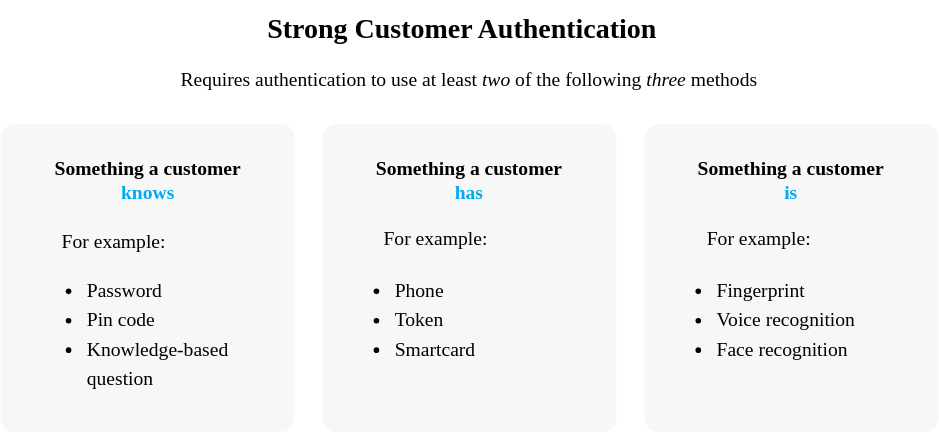
The draw.io diagram static/diagrams/svg/SCA.svg in wendyverdonk93/docs, before a commit. Source tidied: cells renumbered, new cells last; positions are measured from the earlier drawing's top-left corner, leaving out a move shared by most shapes.
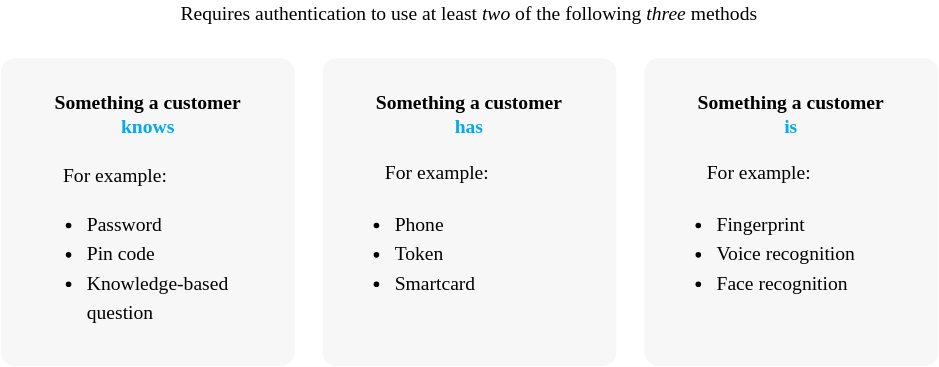
Later version of the same file.

The edit, as a diff of the source:
```diff
@@ -29,20 +29,17 @@
     <mxCell id="10" value="For example:" style="text;html=1;strokeColor=none;fillColor=none;align=left;verticalAlign=middle;whiteSpace=wrap;rounded=0;fontFamily=Nunito;fontSource=https%3A%2F%2Ffonts.googleapis.com%2Fcss%3Ffamily%3DNunito;fontSize=14;" parent="1" vertex="1">
       <mxGeometry x="272.5" y="154" width="125" height="25" as="geometry" />
     </mxCell>
-    <mxCell id="11" value="&lt;font style=&quot;font-size: 20px;&quot;&gt;&lt;b style=&quot;font-size: 20px;&quot;&gt;Strong Customer Authentication&lt;/b&gt;&lt;/font&gt;" style="text;html=1;strokeColor=none;fillColor=none;align=center;verticalAlign=middle;whiteSpace=wrap;rounded=0;fontFamily=Nunito;fontSource=https%3A%2F%2Ffonts.googleapis.com%2Fcss%3Ffamily%3DNunito;shadow=1;sketch=0;strokeWidth=8;fontSize=20;" parent="1" vertex="1">
-      <mxGeometry x="175" width="310" height="30" as="geometry" />
+    <mxCell id="11" value="&lt;ul style=&quot;line-height: 150%; font-size: 14px;&quot;&gt;&lt;li style=&quot;font-size: 14px;&quot;&gt;Phone&lt;/li&gt;&lt;li style=&quot;font-size: 14px;&quot;&gt;Token&lt;/li&gt;&lt;li style=&quot;font-size: 14px;&quot;&gt;Smartcard&lt;/li&gt;&lt;/ul&gt;" style="text;whiteSpace=wrap;html=1;fontFamily=Nunito;fontSource=https%3A%2F%2Ffonts.googleapis.com%2Fcss%3Ffamily%3DNunito;fontSize=14;" parent="1" vertex="1">
+      <mxGeometry x="240" y="171.5" width="160" height="108.5" as="geometry" />
     </mxCell>
-    <mxCell id="12" value="&lt;ul style=&quot;line-height: 150%; font-size: 14px;&quot;&gt;&lt;li style=&quot;font-size: 14px;&quot;&gt;Phone&lt;/li&gt;&lt;li style=&quot;font-size: 14px;&quot;&gt;Token&lt;/li&gt;&lt;li style=&quot;font-size: 14px;&quot;&gt;Smartcard&lt;/li&gt;&lt;/ul&gt;" style="text;whiteSpace=wrap;html=1;fontFamily=Nunito;fontSource=https%3A%2F%2Ffonts.googleapis.com%2Fcss%3Ffamily%3DNunito;fontSize=14;" parent="1" vertex="1">
-      <mxGeometry x="240" y="171.5" width="160" height="108.5" as="geometry" />
+    <mxCell id="12" value="&lt;ul style=&quot;line-height: 150%; font-size: 14px;&quot;&gt;&lt;li style=&quot;font-size: 14px;&quot;&gt;Password&lt;/li&gt;&lt;li style=&quot;font-size: 14px;&quot;&gt;Pin code&lt;/li&gt;&lt;li style=&quot;font-size: 14px;&quot;&gt;Knowledge-based question&lt;/li&gt;&lt;/ul&gt;" style="text;whiteSpace=wrap;html=1;fontFamily=Nunito;fontSource=https%3A%2F%2Ffonts.googleapis.com%2Fcss%3Ffamily%3DNunito;fontSize=14;" parent="1" vertex="1">
+      <mxGeometry x="20" y="171.5" width="170" height="108.5" as="geometry" />
     </mxCell>
-    <mxCell id="13" value="&lt;ul style=&quot;line-height: 150%; font-size: 14px;&quot;&gt;&lt;li style=&quot;font-size: 14px;&quot;&gt;Password&lt;/li&gt;&lt;li style=&quot;font-size: 14px;&quot;&gt;Pin code&lt;/li&gt;&lt;li style=&quot;font-size: 14px;&quot;&gt;Knowledge-based question&lt;/li&gt;&lt;/ul&gt;" style="text;whiteSpace=wrap;html=1;fontFamily=Nunito;fontSource=https%3A%2F%2Ffonts.googleapis.com%2Fcss%3Ffamily%3DNunito;fontSize=14;" parent="1" vertex="1">
-      <mxGeometry x="20" y="171.5" width="170" height="108.5" as="geometry" />
+    <mxCell id="13" value="&lt;ul style=&quot;line-height: 150%; font-size: 14px;&quot;&gt;&lt;li style=&quot;font-size: 14px;&quot;&gt;Fingerprint&lt;/li&gt;&lt;li style=&quot;font-size: 14px;&quot;&gt;Voice recognition&lt;/li&gt;&lt;li style=&quot;font-size: 14px;&quot;&gt;Face recognition&lt;/li&gt;&lt;/ul&gt;" style="text;whiteSpace=wrap;html=1;spacingTop=0;spacing=2;spacingBottom=0;fontFamily=Nunito;fontSource=https%3A%2F%2Ffonts.googleapis.com%2Fcss%3Ffamily%3DNunito;fontSize=14;" parent="1" vertex="1">
+      <mxGeometry x="470" y="171.5" width="170" height="108.5" as="geometry" />
     </mxCell>
-    <mxCell id="14" value="&lt;ul style=&quot;line-height: 150%; font-size: 14px;&quot;&gt;&lt;li style=&quot;font-size: 14px;&quot;&gt;Fingerprint&lt;/li&gt;&lt;li style=&quot;font-size: 14px;&quot;&gt;Voice recognition&lt;/li&gt;&lt;li style=&quot;font-size: 14px;&quot;&gt;Face recognition&lt;/li&gt;&lt;/ul&gt;" style="text;whiteSpace=wrap;html=1;spacingTop=0;spacing=2;spacingBottom=0;fontFamily=Nunito;fontSource=https%3A%2F%2Ffonts.googleapis.com%2Fcss%3Ffamily%3DNunito;fontSize=14;" parent="1" vertex="1">
-      <mxGeometry x="470" y="171.5" width="170" height="108.5" as="geometry" />
+    <mxCell id="14" value="Requires authentication to use at least &lt;i style=&quot;font-size: 14px;&quot;&gt;two&lt;/i&gt; of the following &lt;i style=&quot;font-size: 14px;&quot;&gt;three&lt;/i&gt; methods" style="text;html=1;strokeColor=none;fillColor=none;align=center;verticalAlign=middle;whiteSpace=wrap;rounded=0;fontFamily=Nunito;fontSource=https%3A%2F%2Ffonts.googleapis.com%2Fcss%3Ffamily%3DNunito;fontSize=14;" parent="1" vertex="1">
+      <mxGeometry x="80.1" y="43" width="509.8" height="20" as="geometry" />
     </mxCell>
-    <mxCell id="15" value="Requires authentication to use at least &lt;i style=&quot;font-size: 14px;&quot;&gt;two&lt;/i&gt; of the following &lt;i style=&quot;font-size: 14px;&quot;&gt;three&lt;/i&gt; methods" style="text;html=1;strokeColor=none;fillColor=none;align=center;verticalAlign=middle;whiteSpace=wrap;rounded=0;fontFamily=Nunito;fontSource=https%3A%2F%2Ffonts.googleapis.com%2Fcss%3Ffamily%3DNunito;fontSize=14;" parent="1" vertex="1">
-      <mxGeometry x="80.1" y="43" width="509.8" height="20" as="geometry" />
-    </mxCell>
   </root>
 </mxGraphModel>
```
